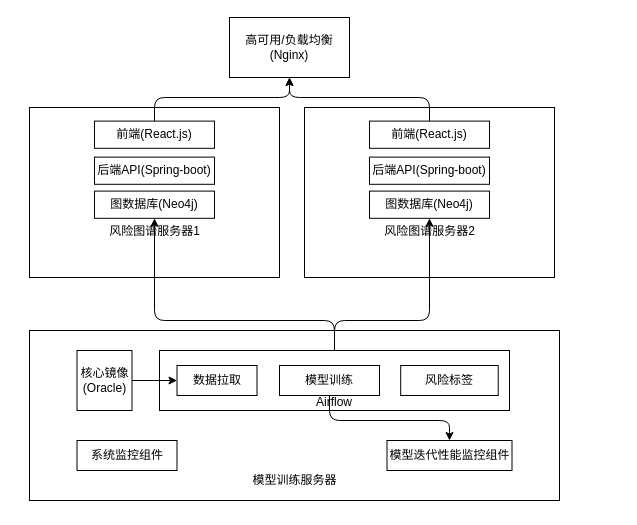
XiaoLiuAI/diagrams keeps this draw.io diagram as page "应用部署拓扑图" (2 of 4) of 太平/taiping-arch.drawio. Above is the earlier version. Source tidied: cells renumbered, new cells numbered last; positions are measured from the earlier drawing's top-left corner, leaving out a move shared by most shapes. Both pictures are drawn from the tidied source at 100%, with x=0, y=0 at pixel (29, 17).
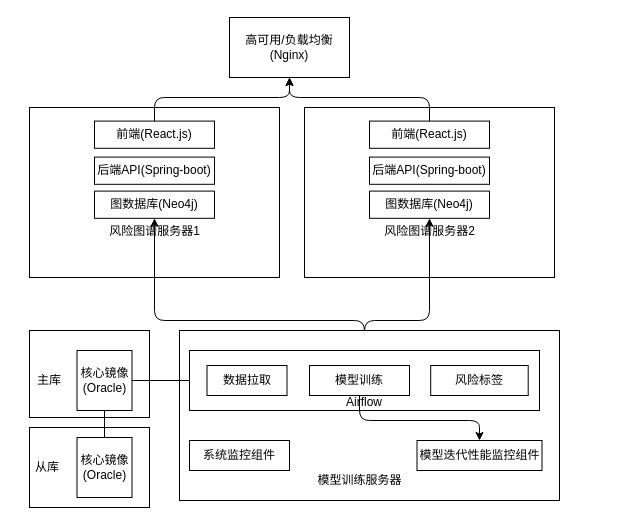
After the change.

Unchanged cells that the change refers to:
```xml
<mxCell id="2" value="高可用/负载均衡&lt;br&gt;(Nginx)" style="rounded=0;whiteSpace=wrap;html=1;" parent="1" vertex="1">
  <mxGeometry x="200" width="120" height="60" as="geometry" />
</mxCell>
<mxCell id="6" value="前端(React.js)" style="rounded=0;whiteSpace=wrap;html=1;" parent="3" vertex="1">
  <mxGeometry x="65" y="13.6" width="120" height="27.2" as="geometry" />
</mxCell>
<mxCell id="8" value="图数据库(Neo4j)" style="rounded=0;whiteSpace=wrap;html=1;" parent="3" vertex="1">
  <mxGeometry x="65" y="83.6" width="120" height="27.2" as="geometry" />
</mxCell>
<mxCell id="12" value="前端(React.js)" style="rounded=0;whiteSpace=wrap;html=1;" parent="9" vertex="1">
  <mxGeometry x="65" y="13.6" width="120" height="27.2" as="geometry" />
</mxCell>
<mxCell id="14" value="图数据库(Neo4j)" style="rounded=0;whiteSpace=wrap;html=1;" parent="9" vertex="1">
  <mxGeometry x="65" y="83.6" width="120" height="27.2" as="geometry" />
</mxCell>
```

Diff of the diagram source:
```diff
@@
+    <mxCell id="31" style="rounded=0;whiteSpace=wrap;html=1;" parent="1" vertex="1">
+      <mxGeometry y="313" width="120" height="87" as="geometry" />
+    </mxCell>
@@
-    <mxCell id="15" style="group;" parent="1" vertex="1">
-      <mxGeometry y="313" width="530" height="170" as="geometry" />
-    </mxCell>
+    <mxCell id="27" style="edgeStyle=elbowEdgeStyle;elbow=vertical;endArrow=classic;html=1;exitX=0.5;exitY=0;exitDx=0;exitDy=0;" parent="1" edge="1" source="6" target="2">
+      <mxGeometry relative="1" as="geometry">
+        <Array as="points">
+          <mxPoint x="190" y="80" />
+        </Array>
+      </mxGeometry>
+    </mxCell>
+    <mxCell id="28" style="edgeStyle=elbowEdgeStyle;elbow=vertical;endArrow=classic;html=1;exitX=0.5;exitY=0;exitDx=0;exitDy=0;entryX=0.5;entryY=1;entryDx=0;entryDy=0;" parent="1" edge="1" source="12" target="2">
+      <mxGeometry relative="1" as="geometry">
+        <Array as="points">
+          <mxPoint x="330" y="80" />
+        </Array>
+      </mxGeometry>
+    </mxCell>
+    <mxCell id="29" style="edgeStyle=elbowEdgeStyle;elbow=vertical;endArrow=classic;html=1;exitX=0.5;exitY=0;exitDx=0;exitDy=0;entryX=0.5;entryY=1;entryDx=0;entryDy=0;" parent="1" edge="1" source="21" target="14">
+      <mxGeometry relative="1" as="geometry">
+        <Array as="points">
+          <mxPoint x="360" y="303" />
+        </Array>
+      </mxGeometry>
+    </mxCell>
+    <mxCell id="30" style="edgeStyle=elbowEdgeStyle;elbow=vertical;endArrow=classic;html=1;exitX=0.5;exitY=0;exitDx=0;exitDy=0;entryX=0.5;entryY=1;entryDx=0;entryDy=0;" parent="1" edge="1" source="21" target="8">
+      <mxGeometry relative="1" as="geometry">
+        <Array as="points">
+          <mxPoint x="220" y="303" />
+        </Array>
+      </mxGeometry>
+    </mxCell>
-    <mxCell id="16" style="rounded=0;whiteSpace=wrap;html=1;" parent="15" vertex="1">
-      <mxGeometry width="530" height="170" as="geometry" />
+    <mxCell id="16" style="rounded=0;whiteSpace=wrap;html=1;" parent="1" vertex="1">
+      <mxGeometry x="150" y="313" width="380" height="170" as="geometry" />
     </mxCell>
+    <mxCell id="20" value="核心镜像&lt;br&gt;(Oracle)" style="rounded=0;whiteSpace=wrap;html=1;" parent="1" vertex="1">
+      <mxGeometry x="47.5" y="333" width="55" height="60" as="geometry" />
+    </mxCell>
+    <mxCell id="26" style="endArrow=classic;html=1;exitX=1;exitY=0.5;exitDx=0;exitDy=0;entryX=0;entryY=0.5;entryDx=0;entryDy=0;" parent="1" edge="1" source="20" target="22">
+      <mxGeometry relative="1" as="geometry" />
+    </mxCell>
+    <mxCell id="32" style="group;" parent="1" vertex="1">
+      <mxGeometry x="160" y="333" width="352.5" height="140" as="geometry" />
+    </mxCell>
-    <mxCell id="17" value="模型训练服务器" style="text;html=1;strokeColor=none;fillColor=none;align=center;verticalAlign=middle;whiteSpace=wrap;rounded=0;" parent="15" vertex="1">
-      <mxGeometry x="217.5" y="140" width="95" height="20" as="geometry" />
+    <mxCell id="17" value="模型训练服务器" style="text;html=1;strokeColor=none;fillColor=none;align=center;verticalAlign=middle;whiteSpace=wrap;rounded=0;" parent="32" vertex="1">
+      <mxGeometry x="122.5" y="120" width="95" height="20" as="geometry" />
     </mxCell>
-    <mxCell id="18" value="系统监控组件" style="rounded=0;whiteSpace=wrap;html=1;" parent="15" vertex="1">
-      <mxGeometry x="47.5" y="110" width="100" height="30" as="geometry" />
+    <mxCell id="18" value="系统监控组件" style="rounded=0;whiteSpace=wrap;html=1;" parent="32" vertex="1">
+      <mxGeometry y="90" width="100" height="30" as="geometry" />
     </mxCell>
-    <mxCell id="19" value="模型迭代性能监控组件" style="rounded=0;whiteSpace=wrap;html=1;" parent="15" vertex="1">
-      <mxGeometry x="357.5" y="110" width="125" height="30" as="geometry" />
+    <mxCell id="19" value="模型迭代性能监控组件" style="rounded=0;whiteSpace=wrap;html=1;" parent="32" vertex="1">
+      <mxGeometry x="227.5" y="90" width="125" height="30" as="geometry" />
     </mxCell>
-    <mxCell id="20" value="核心镜像&lt;br&gt;(Oracle)" style="rounded=0;whiteSpace=wrap;html=1;" parent="15" vertex="1">
-      <mxGeometry x="47.5" y="20" width="55" height="60" as="geometry" />
-    </mxCell>
-    <mxCell id="21" value="&lt;br&gt;&lt;br&gt;&lt;br&gt;Airflow" style="rounded=0;whiteSpace=wrap;html=1;" parent="15" vertex="1">
-      <mxGeometry x="130" y="20" width="350" height="60" as="geometry" />
+    <mxCell id="21" value="&lt;br&gt;&lt;br&gt;&lt;br&gt;Airflow" style="rounded=0;whiteSpace=wrap;html=1;" parent="32" vertex="1">
+      <mxGeometry width="350" height="60" as="geometry" />
     </mxCell>
-    <mxCell id="22" value="数据拉取" style="rounded=0;whiteSpace=wrap;html=1;" parent="15" vertex="1">
-      <mxGeometry x="147.5" y="35" width="80" height="30" as="geometry" />
+    <mxCell id="22" value="数据拉取" style="rounded=0;whiteSpace=wrap;html=1;" parent="32" vertex="1">
+      <mxGeometry x="17.5" y="15" width="80" height="30" as="geometry" />
     </mxCell>
-    <mxCell id="23" value="模型训练" style="rounded=0;whiteSpace=wrap;html=1;" parent="15" vertex="1">
-      <mxGeometry x="250" y="35" width="100" height="30" as="geometry" />
+    <mxCell id="23" value="模型训练" style="rounded=0;whiteSpace=wrap;html=1;" parent="32" vertex="1">
+      <mxGeometry x="120" y="15" width="100" height="30" as="geometry" />
     </mxCell>
-    <mxCell id="24" value="风险标签" style="rounded=0;whiteSpace=wrap;html=1;" parent="15" vertex="1">
-      <mxGeometry x="371.2" y="35" width="97.5" height="30" as="geometry" />
+    <mxCell id="24" value="风险标签" style="rounded=0;whiteSpace=wrap;html=1;" parent="32" vertex="1">
+      <mxGeometry x="241.2" y="15" width="97.5" height="30" as="geometry" />
     </mxCell>
-    <mxCell id="25" style="edgeStyle=elbowEdgeStyle;elbow=vertical;endArrow=classic;html=1;entryX=0.5;entryY=0;entryDx=0;entryDy=0;exitX=0.5;exitY=1;exitDx=0;exitDy=0;" parent="15" edge="1" source="23" target="19">
+    <mxCell id="25" style="edgeStyle=elbowEdgeStyle;elbow=vertical;endArrow=classic;html=1;entryX=0.5;entryY=0;entryDx=0;entryDy=0;exitX=0.5;exitY=1;exitDx=0;exitDy=0;" parent="32" edge="1" source="23" target="19">
       <mxGeometry relative="1" as="geometry">
         <Array as="points">
-          <mxPoint x="360" y="90" />
+          <mxPoint x="230" y="70" />
         </Array>
       </mxGeometry>
     </mxCell>
-    <mxCell id="26" style="endArrow=classic;html=1;exitX=1;exitY=0.5;exitDx=0;exitDy=0;entryX=0;entryY=0.5;entryDx=0;entryDy=0;" parent="15" edge="1" source="20" target="22">
-      <mxGeometry relative="1" as="geometry" />
-    </mxCell>
-    <mxCell id="27" style="edgeStyle=elbowEdgeStyle;elbow=vertical;endArrow=classic;html=1;exitX=0.5;exitY=0;exitDx=0;exitDy=0;" parent="1" edge="1" source="6" target="2">
-      <mxGeometry relative="1" as="geometry">
-        <Array as="points">
-          <mxPoint x="190" y="80" />
-        </Array>
-      </mxGeometry>
-    </mxCell>
-    <mxCell id="28" style="edgeStyle=elbowEdgeStyle;elbow=vertical;endArrow=classic;html=1;exitX=0.5;exitY=0;exitDx=0;exitDy=0;entryX=0.5;entryY=1;entryDx=0;entryDy=0;" parent="1" edge="1" source="12" target="2">
-      <mxGeometry relative="1" as="geometry">
-        <Array as="points">
-          <mxPoint x="330" y="80" />
-        </Array>
-      </mxGeometry>
-    </mxCell>
-    <mxCell id="29" style="edgeStyle=elbowEdgeStyle;elbow=vertical;endArrow=classic;html=1;exitX=0.5;exitY=0;exitDx=0;exitDy=0;entryX=0.5;entryY=1;entryDx=0;entryDy=0;" parent="1" edge="1" source="21" target="14">
-      <mxGeometry relative="1" as="geometry">
-        <Array as="points">
-          <mxPoint x="360" y="303" />
-        </Array>
-      </mxGeometry>
-    </mxCell>
-    <mxCell id="30" style="edgeStyle=elbowEdgeStyle;elbow=vertical;endArrow=classic;html=1;exitX=0.5;exitY=0;exitDx=0;exitDy=0;entryX=0.5;entryY=1;entryDx=0;entryDy=0;" parent="1" edge="1" source="21" target="8">
-      <mxGeometry relative="1" as="geometry">
-        <Array as="points">
-          <mxPoint x="220" y="303" />
-        </Array>
-      </mxGeometry>
-    </mxCell>
+    <mxCell id="33" style="rounded=0;whiteSpace=wrap;html=1;" parent="1" vertex="1">
+      <mxGeometry y="410" width="120" height="80" as="geometry" />
+    </mxCell>
+    <mxCell id="34" value="核心镜像&lt;br&gt;(Oracle)" style="rounded=0;whiteSpace=wrap;html=1;" parent="1" vertex="1">
+      <mxGeometry x="47.5" y="420" width="55" height="60" as="geometry" />
+    </mxCell>
+    <mxCell id="35" value="从库" style="text;html=1;strokeColor=none;fillColor=none;align=center;verticalAlign=middle;whiteSpace=wrap;rounded=0;" parent="1" vertex="1">
+      <mxGeometry x="-12.5" y="435" width="60" height="30" as="geometry" />
+    </mxCell>
+    <mxCell id="36" value="主库" style="text;html=1;strokeColor=none;fillColor=none;align=center;verticalAlign=middle;whiteSpace=wrap;rounded=0;" parent="1" vertex="1">
+      <mxGeometry x="-10" y="348" width="60" height="30" as="geometry" />
+    </mxCell>
+    <mxCell id="37" style="endArrow=none;html=1;rounded=0;exitX=0.5;exitY=0;exitDx=0;exitDy=0;entryX=0.5;entryY=1;entryDx=0;entryDy=0;" parent="1" edge="1" source="34" target="20">
+      <mxGeometry relative="1" as="geometry" />
+    </mxCell>
```
